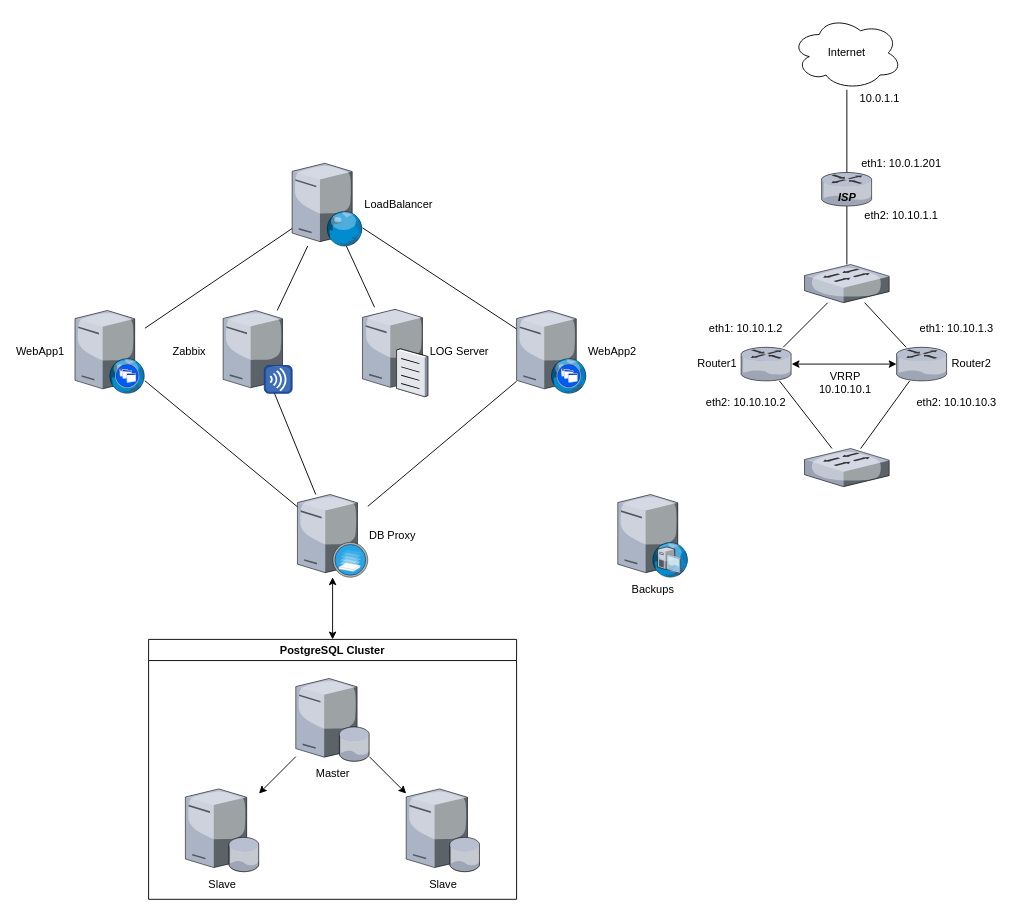
The draw.io diagram MainDiagram.drawio in OSPFS/OTUS-FINAL-PROJECT, before the edit. Source tidied: cells renumbered, new cells numbered last; positions are measured from the earlier drawing's top-left corner, leaving out a move shared by most shapes. Both pictures are drawn from the tidied source at 92%, with x=0, y=0 at pixel (75, 16).
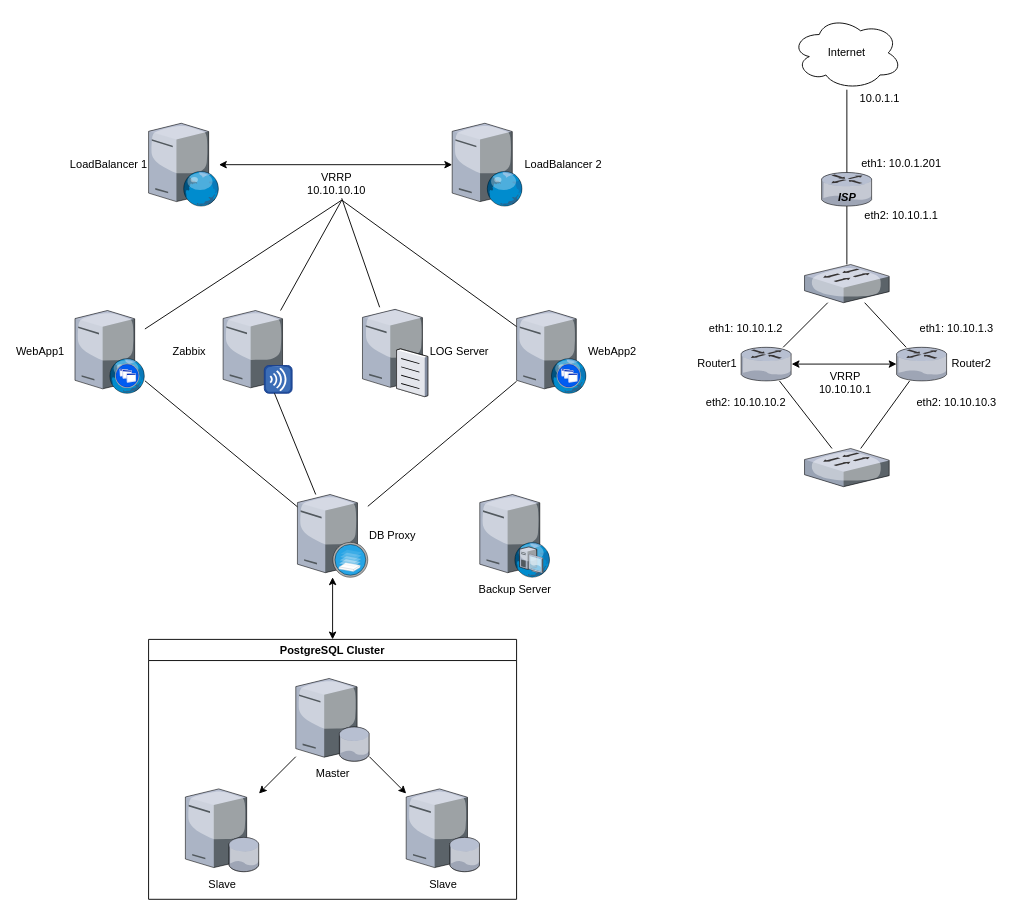
After the change.

Unchanged cells that the change refers to:
```xml
<mxCell id="2" value="WebApp1" style="verticalLabelPosition=middle;html=1;verticalAlign=middle;strokeColor=none;align=center;outlineConnect=0;shape=mxgraph.citrix.xenapp_web;labelPosition=left;" parent="1" vertex="1">
  <mxGeometry y="320" width="76" height="90" as="geometry" />
</mxCell>
<mxCell id="3" value="WebApp2" style="verticalLabelPosition=middle;html=1;verticalAlign=middle;strokeColor=none;align=left;outlineConnect=0;shape=mxgraph.citrix.xenapp_web;labelPosition=right;" parent="1" vertex="1">
  <mxGeometry x="480" y="320" width="76" height="90" as="geometry" />
</mxCell>
<mxCell id="10" value="&lt;div&gt;LOG Server&lt;/div&gt;" style="verticalLabelPosition=middle;html=1;verticalAlign=middle;strokeColor=none;align=left;outlineConnect=0;shape=mxgraph.citrix.file_server;labelPosition=right;" parent="1" vertex="1">
  <mxGeometry x="312.5" y="316.5" width="71" height="97" as="geometry" />
</mxCell>
<mxCell id="12" value="Zabbix" style="verticalLabelPosition=middle;html=1;verticalAlign=middle;strokeColor=none;align=center;outlineConnect=0;shape=mxgraph.citrix.merchandising_server;labelPosition=left;" parent="1" vertex="1">
  <mxGeometry x="161" y="320" width="75" height="90" as="geometry" />
</mxCell>
```

Change to the diagram source:
```diff
@@
-    <mxCell id="4" value="LoadBalancer" style="verticalLabelPosition=middle;html=1;verticalAlign=middle;strokeColor=none;align=left;outlineConnect=0;shape=mxgraph.citrix.web_server;labelPosition=right;" parent="1" vertex="1">
-      <mxGeometry x="236" y="160" width="76.5" height="90" as="geometry" />
+    <mxCell id="4" value="LoadBalancer 1" style="verticalLabelPosition=middle;html=1;verticalAlign=middle;strokeColor=none;align=right;outlineConnect=0;shape=mxgraph.citrix.web_server;labelPosition=left;" parent="1" vertex="1">
+      <mxGeometry x="80" y="116.5" width="76.5" height="90" as="geometry" />
     </mxCell>
@@
-    <mxCell id="11" value="Backups" style="verticalLabelPosition=bottom;html=1;verticalAlign=top;strokeColor=none;align=center;shape=mxgraph.citrix.dhcp_server;" parent="1" vertex="1">
-      <mxGeometry x="590" y="520" width="76" height="90" as="geometry" />
+    <mxCell id="11" value="Backup Server" style="verticalLabelPosition=bottom;html=1;verticalAlign=top;strokeColor=none;align=center;shape=mxgraph.citrix.dhcp_server;" parent="1" vertex="1">
+      <mxGeometry x="440" y="520" width="76" height="90" as="geometry" />
     </mxCell>
@@
-    <mxCell id="35" style="endArrow=none;html=1;" parent="1" edge="1" source="4" target="3">
-      <mxGeometry relative="1" as="geometry" />
+    <mxCell id="35" style="endArrow=none;html=1;" parent="1" edge="1" target="3">
+      <mxGeometry relative="1" as="geometry">
+        <mxPoint x="290" y="200" as="sourcePoint" />
+      </mxGeometry>
     </mxCell>
-    <mxCell id="36" style="endArrow=none;html=1;" parent="1" edge="1" source="2" target="4">
-      <mxGeometry relative="1" as="geometry" />
+    <mxCell id="36" style="endArrow=none;html=1;" parent="1" edge="1" source="2">
+      <mxGeometry relative="1" as="geometry">
+        <mxPoint x="290" y="200" as="targetPoint" />
+      </mxGeometry>
     </mxCell>
@@
-    <mxCell id="42" style="endArrow=none;html=1;" parent="1" edge="1" source="10" target="4">
-      <mxGeometry relative="1" as="geometry" />
+    <mxCell id="42" style="endArrow=none;html=1;" parent="1" edge="1" source="10">
+      <mxGeometry relative="1" as="geometry">
+        <mxPoint x="290" y="198" as="targetPoint" />
+      </mxGeometry>
     </mxCell>
-    <mxCell id="43" style="endArrow=none;html=1;" parent="1" edge="1" source="12" target="4">
-      <mxGeometry relative="1" as="geometry" />
+    <mxCell id="43" style="endArrow=none;html=1;" parent="1" edge="1" source="12">
+      <mxGeometry relative="1" as="geometry">
+        <mxPoint x="290" y="200" as="targetPoint" />
+      </mxGeometry>
     </mxCell>
+    <mxCell id="44" value="LoadBalancer 2" style="verticalLabelPosition=middle;html=1;verticalAlign=middle;strokeColor=none;align=left;outlineConnect=0;shape=mxgraph.citrix.web_server;labelPosition=right;" parent="1" vertex="1">
+      <mxGeometry x="410" y="116.5" width="76.5" height="90" as="geometry" />
+    </mxCell>
+    <mxCell id="45" style="endArrow=classic;startArrow=classic;html=1;" parent="1" edge="1" source="4" target="44">
+      <mxGeometry relative="1" as="geometry" />
+    </mxCell>
+    <mxCell id="46" value="VRRP&lt;br&gt;10.10.10.10" style="text;html=1;align=center;verticalAlign=top;" parent="45" vertex="1">
+      <mxGeometry relative="1" as="geometry" />
+    </mxCell>
```
